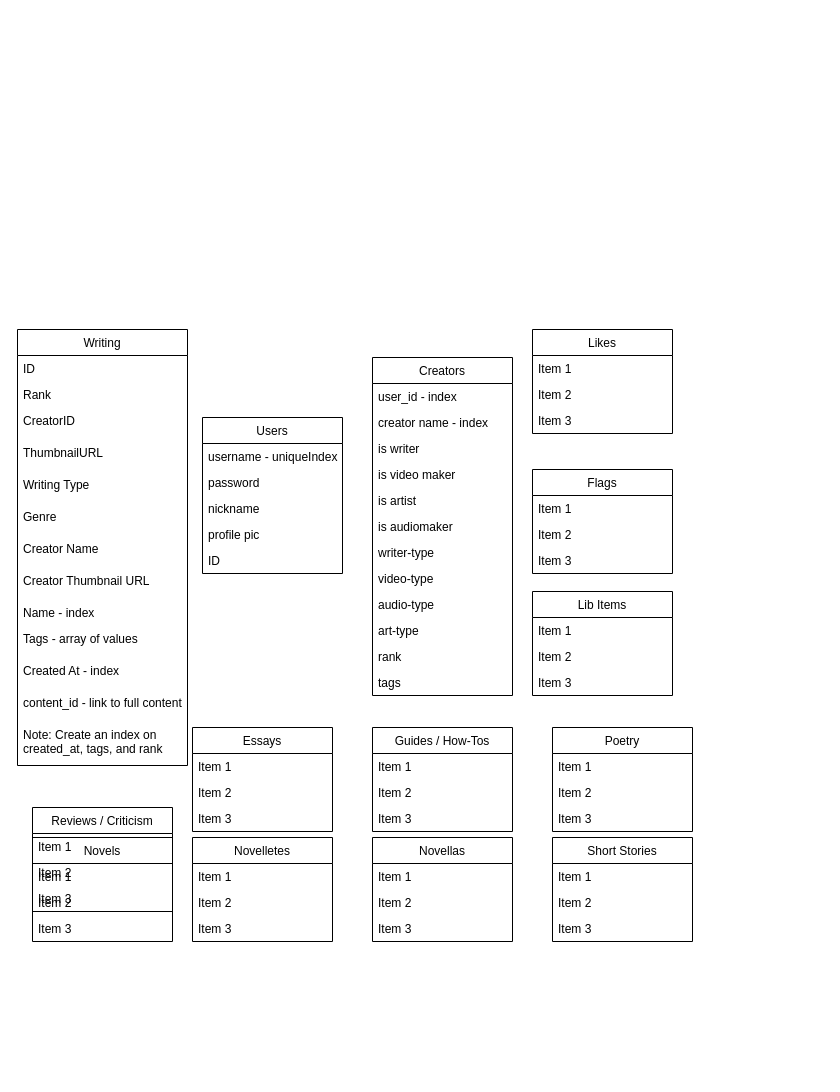
Before: database.drawio in Matt-Eva/freecreate-backend, a draw.io diagram. Source tidied: cells renumbered, new cells numbered last; positions are measured from the earlier drawing's top-left corner, leaving out a move shared by most shapes. Both pictures are drawn from the tidied source at 100%, with x=0, y=0 at pixel (17, 329).
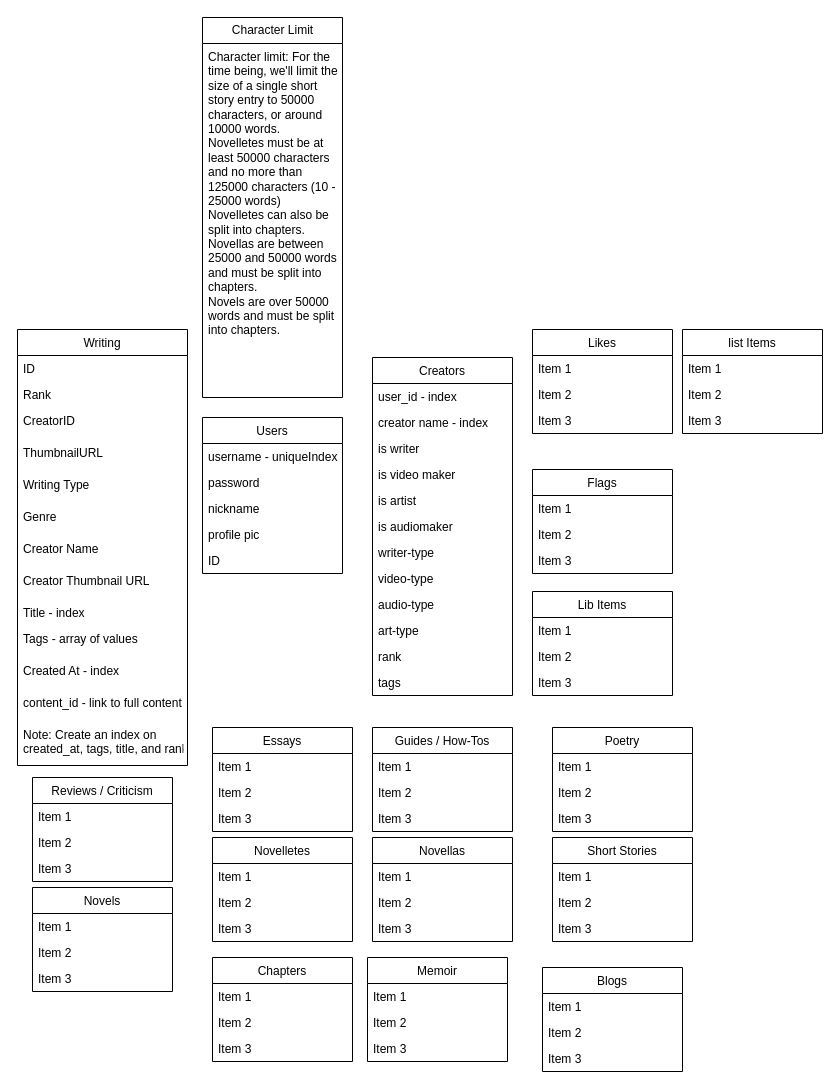
The same page after the edit.

Commit message (it also covers changes not shown here):
fleshed out diagram

The change refers to these unchanged cells:
```xml
<mxCell id="2" value="Writing" style="swimlane;fontStyle=0;horizontal=1;startSize=26;fillColor=none;" parent="1" vertex="1">
  <mxGeometry width="170" height="436" as="geometry" />
</mxCell>
```

The edit, as a diff of the source:
```diff
@@
-    <mxCell id="11" value="Name - index" style="text;strokeColor=none;fillColor=none;align=left;verticalAlign=top;spacingLeft=4;spacingRight=4;overflow=hidden;" parent="2" vertex="1">
+    <mxCell id="11" value="Title - index" style="text;strokeColor=none;fillColor=none;align=left;verticalAlign=top;spacingLeft=4;spacingRight=4;overflow=hidden;" parent="2" vertex="1">
       <mxGeometry y="270" width="170" height="26" as="geometry" />
     </mxCell>
@@
-    <mxCell id="15" value="Note: Create an index on &#10;created_at, tags, and rank" style="text;strokeColor=none;fillColor=none;align=left;verticalAlign=top;spacingLeft=4;spacingRight=4;overflow=hidden;" parent="2" vertex="1">
+    <mxCell id="15" value="Note: Create an index on &#10;created_at, tags, title, and rank" style="text;strokeColor=none;fillColor=none;align=left;verticalAlign=top;spacingLeft=4;spacingRight=4;overflow=hidden;" parent="2" vertex="1">
       <mxGeometry y="392" width="170" height="44" as="geometry" />
     </mxCell>
@@
     <mxCell id="22" value="Essays" style="swimlane;fontStyle=0;horizontal=1;startSize=26;fillColor=none;" parent="1" vertex="1">
-      <mxGeometry x="175" y="398" width="140" height="104" as="geometry" />
+      <mxGeometry x="195" y="398" width="140" height="104" as="geometry" />
     </mxCell>
@@
     <mxCell id="43" value="Reviews / Criticism" style="swimlane;fontStyle=0;horizontal=1;startSize=26;fillColor=none;" parent="1" vertex="1">
-      <mxGeometry x="15" y="478" width="140" height="104" as="geometry" />
+      <mxGeometry x="15" y="448" width="140" height="104" as="geometry" />
     </mxCell>
@@
     <mxCell id="55" value="Novels" style="swimlane;fontStyle=0;horizontal=1;startSize=26;fillColor=none;" parent="1" vertex="1">
-      <mxGeometry x="15" y="508" width="140" height="104" as="geometry" />
+      <mxGeometry x="15" y="558" width="140" height="104" as="geometry" />
     </mxCell>
@@
     <mxCell id="59" value="Novelletes" style="swimlane;fontStyle=0;horizontal=1;startSize=26;fillColor=none;" parent="1" vertex="1">
-      <mxGeometry x="175" y="508" width="140" height="104" as="geometry" />
+      <mxGeometry x="195" y="508" width="140" height="104" as="geometry" />
     </mxCell>
@@
+    <mxCell id="79" value="list Items" style="swimlane;fontStyle=0;horizontal=1;startSize=26;fillColor=none;" parent="1" vertex="1">
+      <mxGeometry x="665" width="140" height="104" as="geometry" />
+    </mxCell>
+    <mxCell id="80" value="Item 1" style="text;strokeColor=none;fillColor=none;align=left;verticalAlign=top;spacingLeft=4;spacingRight=4;overflow=hidden;" parent="79" vertex="1">
+      <mxGeometry y="26" width="140" height="26" as="geometry" />
+    </mxCell>
+    <mxCell id="81" value="Item 2" style="text;strokeColor=none;fillColor=none;align=left;verticalAlign=top;spacingLeft=4;spacingRight=4;overflow=hidden;" parent="79" vertex="1">
+      <mxGeometry y="52" width="140" height="26" as="geometry" />
+    </mxCell>
+    <mxCell id="82" value="Item 3" style="text;strokeColor=none;fillColor=none;align=left;verticalAlign=top;spacingLeft=4;spacingRight=4;overflow=hidden;" parent="79" vertex="1">
+      <mxGeometry y="78" width="140" height="26" as="geometry" />
+    </mxCell>
+    <mxCell id="83" value="Chapters" style="swimlane;fontStyle=0;horizontal=1;startSize=26;fillColor=none;" parent="1" vertex="1">
+      <mxGeometry x="195" y="628" width="140" height="104" as="geometry" />
+    </mxCell>
+    <mxCell id="84" value="Item 1" style="text;strokeColor=none;fillColor=none;align=left;verticalAlign=top;spacingLeft=4;spacingRight=4;overflow=hidden;" parent="83" vertex="1">
+      <mxGeometry y="26" width="140" height="26" as="geometry" />
+    </mxCell>
+    <mxCell id="85" value="Item 2" style="text;strokeColor=none;fillColor=none;align=left;verticalAlign=top;spacingLeft=4;spacingRight=4;overflow=hidden;" parent="83" vertex="1">
+      <mxGeometry y="52" width="140" height="26" as="geometry" />
+    </mxCell>
+    <mxCell id="86" value="Item 3" style="text;strokeColor=none;fillColor=none;align=left;verticalAlign=top;spacingLeft=4;spacingRight=4;overflow=hidden;" parent="83" vertex="1">
+      <mxGeometry y="78" width="140" height="26" as="geometry" />
+    </mxCell>
+    <mxCell id="87" value="Character Limit" style="swimlane;fontStyle=0;horizontal=1;startSize=26;fillColor=none;html=1;" parent="1" vertex="1">
+      <mxGeometry x="185" y="-312" width="140" height="380" as="geometry" />
+    </mxCell>
+    <mxCell id="88" value="Character limit: For the&lt;br&gt;time being, we'll limit the size of a single short story entry to 50000 characters, or around 10000 words.&lt;br&gt;Novelletes must be at least 50000 characters and no more than 125000 characters (10 - 25000 words)&lt;br&gt;Novelletes can also be split into chapters.&lt;br&gt;Novellas are between 25000 and 50000 words and must be split into chapters.&lt;br&gt;Novels are over 50000 words and must be split into chapters." style="text;strokeColor=none;fillColor=none;align=left;verticalAlign=top;spacingLeft=4;spacingRight=4;overflow=hidden;whiteSpace=wrap;html=1;" parent="87" vertex="1">
+      <mxGeometry y="26" width="140" height="354" as="geometry" />
+    </mxCell>
+    <mxCell id="89" value="Memoir" style="swimlane;fontStyle=0;horizontal=1;startSize=26;fillColor=none;" parent="1" vertex="1">
+      <mxGeometry x="350" y="628" width="140" height="104" as="geometry" />
+    </mxCell>
+    <mxCell id="90" value="Item 1" style="text;strokeColor=none;fillColor=none;align=left;verticalAlign=top;spacingLeft=4;spacingRight=4;overflow=hidden;" parent="89" vertex="1">
+      <mxGeometry y="26" width="140" height="26" as="geometry" />
+    </mxCell>
+    <mxCell id="91" value="Item 2" style="text;strokeColor=none;fillColor=none;align=left;verticalAlign=top;spacingLeft=4;spacingRight=4;overflow=hidden;" parent="89" vertex="1">
+      <mxGeometry y="52" width="140" height="26" as="geometry" />
+    </mxCell>
+    <mxCell id="92" value="Item 3" style="text;strokeColor=none;fillColor=none;align=left;verticalAlign=top;spacingLeft=4;spacingRight=4;overflow=hidden;" parent="89" vertex="1">
+      <mxGeometry y="78" width="140" height="26" as="geometry" />
+    </mxCell>
+    <mxCell id="93" value="Blogs" style="swimlane;fontStyle=0;horizontal=1;startSize=26;fillColor=none;" parent="1" vertex="1">
+      <mxGeometry x="525" y="638" width="140" height="104" as="geometry" />
+    </mxCell>
+    <mxCell id="94" value="Item 1" style="text;strokeColor=none;fillColor=none;align=left;verticalAlign=top;spacingLeft=4;spacingRight=4;overflow=hidden;" parent="93" vertex="1">
+      <mxGeometry y="26" width="140" height="26" as="geometry" />
+    </mxCell>
+    <mxCell id="95" value="Item 2" style="text;strokeColor=none;fillColor=none;align=left;verticalAlign=top;spacingLeft=4;spacingRight=4;overflow=hidden;" parent="93" vertex="1">
+      <mxGeometry y="52" width="140" height="26" as="geometry" />
+    </mxCell>
+    <mxCell id="96" value="Item 3" style="text;strokeColor=none;fillColor=none;align=left;verticalAlign=top;spacingLeft=4;spacingRight=4;overflow=hidden;" parent="93" vertex="1">
+      <mxGeometry y="78" width="140" height="26" as="geometry" />
+    </mxCell>
```
